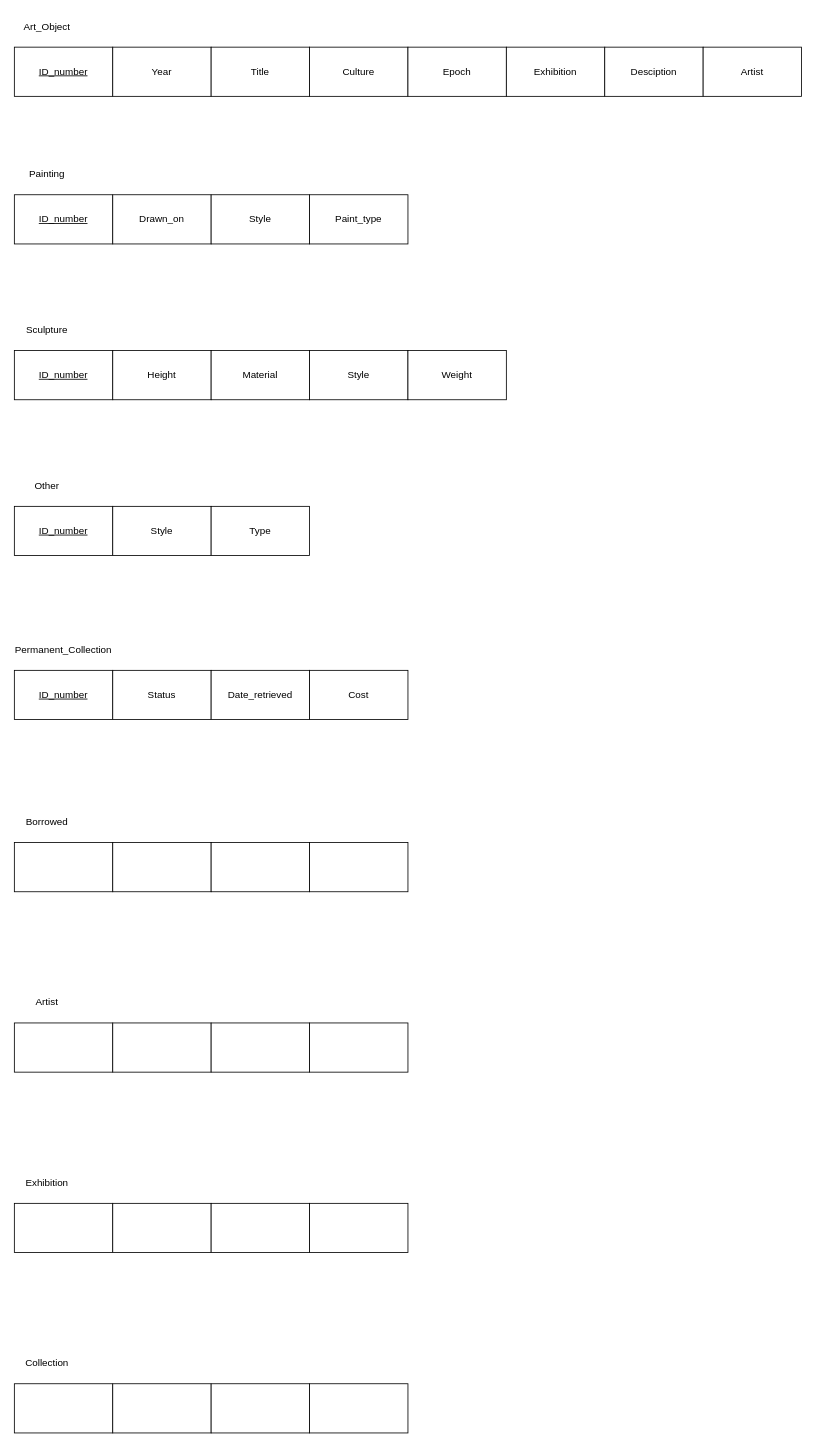
The draw.io diagram EERD.drawio in ENSF-300-F23/museum-project-l03-35, before the edit. Source tidied: cells renumbered, new cells numbered last; positions are measured from the earlier drawing's top-left corner, leaving out a move shared by most shapes. Both pictures are drawn from the tidied source at 82%, with x=0, y=0 at pixel (14, 14).
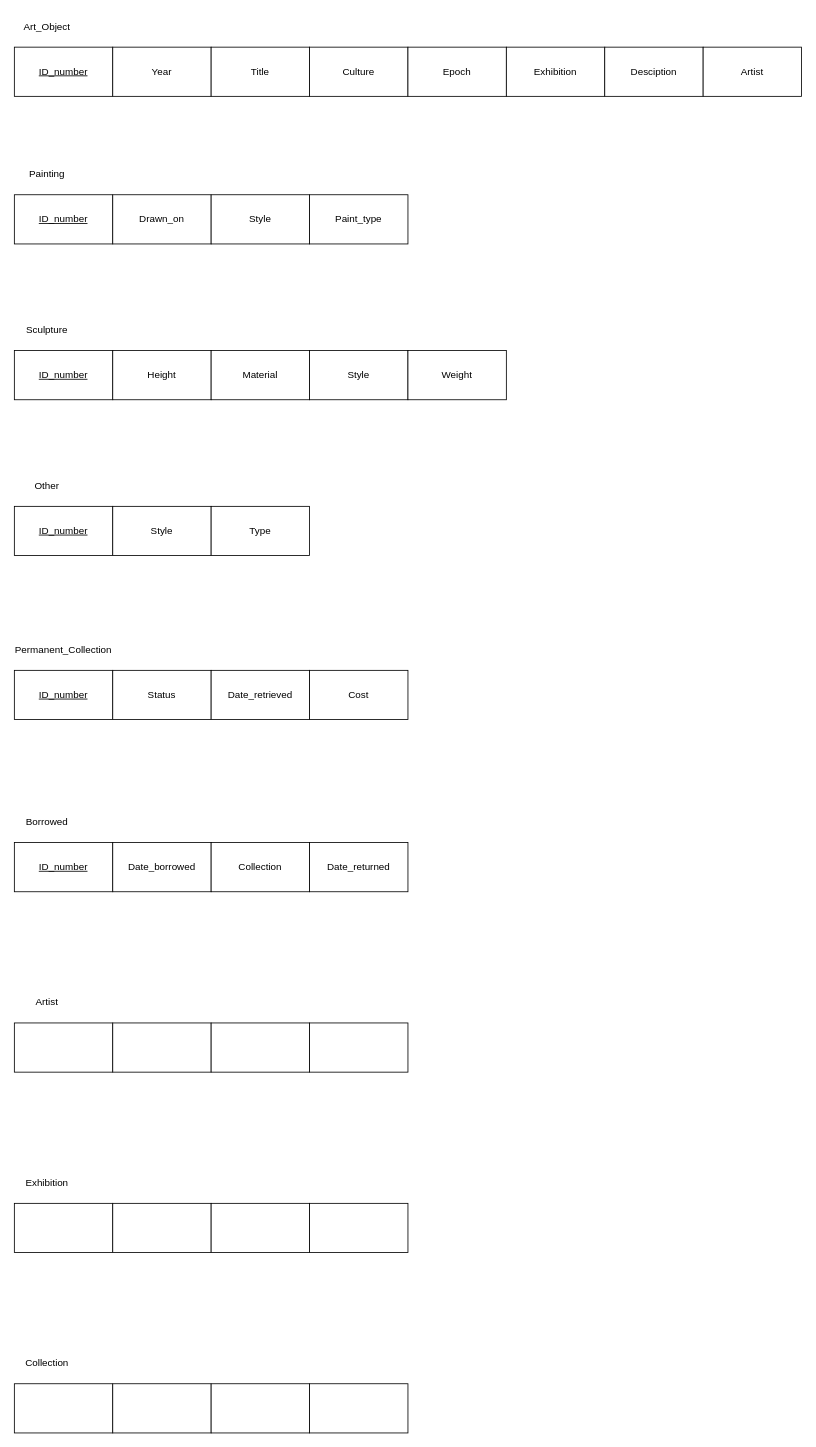
Above is the later version.

Commit message:
Added primary key and attributes for "Borrowed" entity

Diff of the diagram source:
```diff
@@
-    <mxCell id="27" style="rounded=0;whiteSpace=wrap;html=1;" parent="1" vertex="1">
+    <mxCell id="27" value="&lt;u&gt;ID_number&lt;/u&gt;" style="rounded=0;whiteSpace=wrap;html=1;" parent="1" vertex="1">
       <mxGeometry y="1010" width="120" height="60" as="geometry" />
     </mxCell>
-    <mxCell id="28" style="rounded=0;whiteSpace=wrap;html=1;" parent="1" vertex="1">
+    <mxCell id="28" value="Date_borrowed" style="rounded=0;whiteSpace=wrap;html=1;" parent="1" vertex="1">
       <mxGeometry x="120" y="1010" width="120" height="60" as="geometry" />
     </mxCell>
-    <mxCell id="29" style="rounded=0;whiteSpace=wrap;html=1;" parent="1" vertex="1">
+    <mxCell id="29" value="Collection" style="rounded=0;whiteSpace=wrap;html=1;" parent="1" vertex="1">
       <mxGeometry x="240" y="1010" width="120" height="60" as="geometry" />
     </mxCell>
-    <mxCell id="30" style="rounded=0;whiteSpace=wrap;html=1;" parent="1" vertex="1">
+    <mxCell id="30" value="Date_returned" style="rounded=0;whiteSpace=wrap;html=1;" parent="1" vertex="1">
       <mxGeometry x="360" y="1010" width="120" height="60" as="geometry" />
     </mxCell>
```
